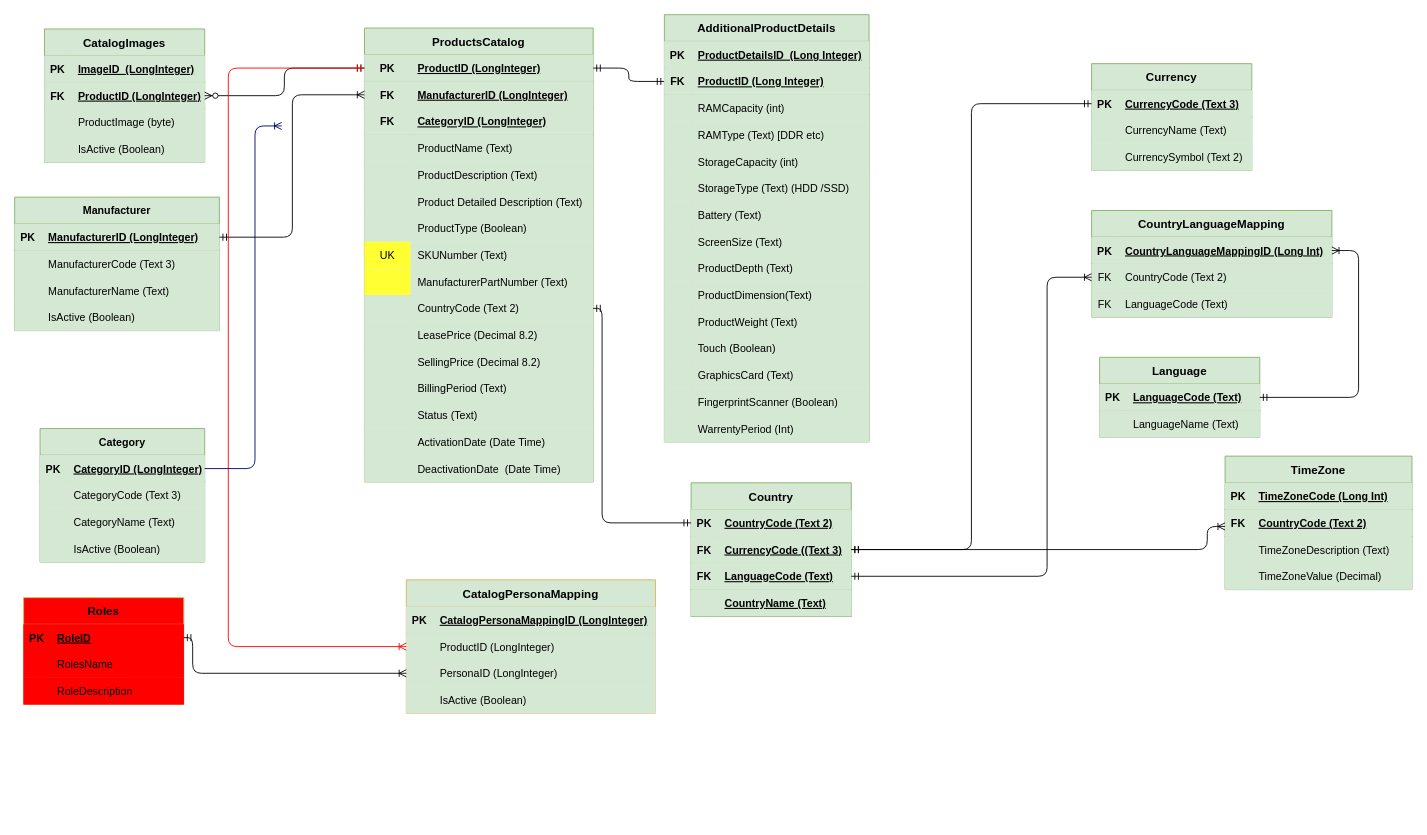
This is page "Discussed Design" (1 of 2) of Drawings/CatalogDesign.drawio from bgunupati/DrawIO, a draw.io file, before an edit. Source tidied: cells renumbered, new cells numbered last; positions are measured from the earlier drawing's top-left corner, leaving out a move shared by most shapes. Both pictures are drawn from the tidied source at 89%, with x=0, y=0 at pixel (14, 14).
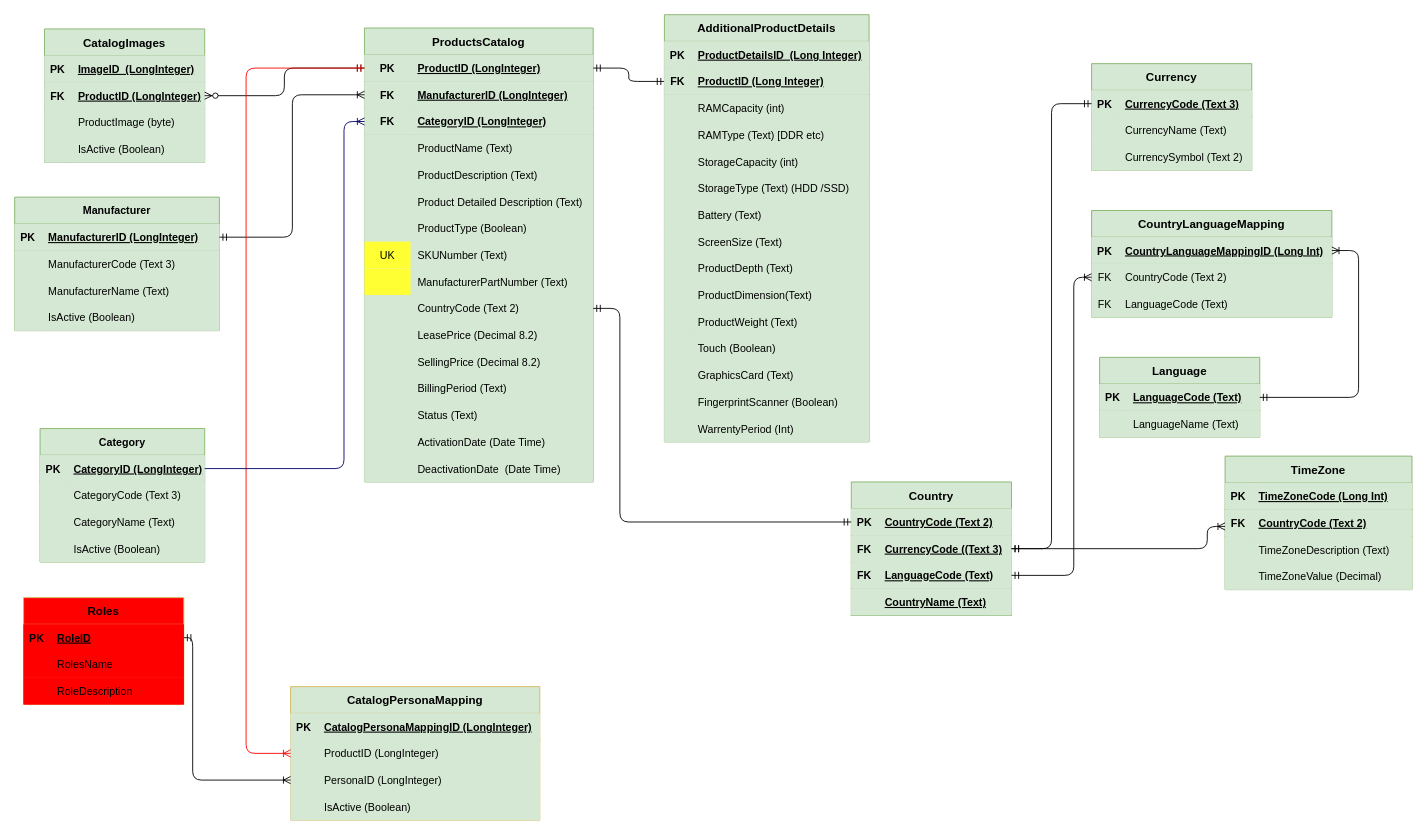
The same page after the edit.

The change refers to these unchanged cells:
```xml
<mxCell id="3" style="shape=partialRectangle;fillColor=#d5e8d4;top=0;left=0;bottom=1;right=0;points=[[0,0.5],[1,0.5]];portConstraint=eastwest;strokeColor=#82b366;" parent="2" vertex="1">
  <mxGeometry y="30" width="257" height="30" as="geometry" />
</mxCell>
<mxCell id="9" style="shape=partialRectangle;fillColor=#d5e8d4;top=0;left=0;bottom=1;right=0;points=[[0,0.5],[1,0.5]];portConstraint=eastwest;strokeColor=#82b366;" parent="2" vertex="1">
  <mxGeometry y="90" width="257" height="30" as="geometry" />
</mxCell>
<mxCell id="30" style="shape=partialRectangle;fillColor=#d5e8d4;top=0;left=0;bottom=0;right=0;points=[[0,0.5],[1,0.5]];portConstraint=eastwest;strokeColor=#82b366;" parent="2" vertex="1">
  <mxGeometry y="300" width="257" height="30" as="geometry" />
</mxCell>
<mxCell id="79" style="shape=partialRectangle;fillColor=#d5e8d4;top=0;left=0;bottom=1;right=0;points=[[0,0.5],[1,0.5]];portConstraint=eastwest;strokeColor=#82b366;" parent="78" vertex="1">
  <mxGeometry y="30" width="180" height="30" as="geometry" />
</mxCell>
<mxCell id="85" style="shape=partialRectangle;fillColor=#d5e8d4;top=0;left=0;bottom=1;right=0;points=[[0,0.5],[1,0.5]];portConstraint=eastwest;strokeColor=#82b366;" parent="78" vertex="1">
  <mxGeometry y="90" width="180" height="30" as="geometry" />
</mxCell>
<mxCell id="125" style="shape=partialRectangle;fillColor=#D5E8D4;top=0;left=0;bottom=0;right=0;points=[[0,0.5],[1,0.5]];portConstraint=eastwest;strokeColor=#d6b656;" parent="121" vertex="1">
  <mxGeometry y="60" width="280" height="30" as="geometry" />
</mxCell>
<mxCell id="141" style="shape=partialRectangle;fillColor=#d5e8d4;top=0;left=0;bottom=0;right=0;points=[[0,0.5],[1,0.5]];portConstraint=eastwest;strokeColor=#82b366;" parent="137" vertex="1">
  <mxGeometry y="60" width="270" height="30" as="geometry" />
</mxCell>
<mxCell id="164" style="shape=partialRectangle;fillColor=#d5e8d4;top=0;left=0;bottom=1;right=0;points=[[0,0.5],[1,0.5]];portConstraint=eastwest;strokeColor=#82b366;" parent="163" vertex="1">
  <mxGeometry y="30" width="185" height="30" as="geometry" />
</mxCell>
```

The edit, as a diff of the source:
```diff
@@
     <mxCell id="78" value="Country" style="shape=table;startSize=30;childLayout=tableLayout;rowLines=0;fontStyle=1;align=center;fillColor=#d5e8d4;strokeColor=#82b366;fontSize=13;" parent="1" vertex="1">
-      <mxGeometry x="760" y="526" width="180" height="150" as="geometry" />
+      <mxGeometry x="940" y="525" width="180" height="150" as="geometry" />
     </mxCell>
@@
     <mxCell id="110" style="edgeStyle=elbowEdgeStyle;fontSize=12;html=1;endArrow=ERmandOne;startArrow=ERmandOne;entryX=0;entryY=0.5;entryDx=0;entryDy=0;fillColor=#d5e8d4;exitX=1;exitY=0.5;exitDx=0;exitDy=0;" parent="1" edge="1" source="30" target="79">
       <mxGeometry relative="1" as="geometry">
         <Array as="points">
+          <mxPoint x="680" y="455" />
           <mxPoint x="660" y="355" />
           <mxPoint x="700" y="485" />
           <mxPoint x="780" y="215" />
         </Array>
       </mxGeometry>
     </mxCell>
@@
     <mxCell id="121" value="CatalogPersonaMapping" style="shape=table;startSize=30;childLayout=tableLayout;rowLines=0;fontStyle=1;align=center;fillColor=#D5E8D4;strokeColor=#d6b656;fontSize=13;" parent="1" vertex="1">
-      <mxGeometry x="440" y="635" width="280" height="150" as="geometry" />
+      <mxGeometry x="310" y="755" width="280" height="150" as="geometry" />
     </mxCell>
@@
     <mxCell id="134" style="edgeStyle=elbowEdgeStyle;fontSize=12;html=1;endArrow=ERoneToMany;startArrow=ERmandOne;fillColor=#fff2cc;strokeColor=#FF0000;entryX=0;entryY=0.5;entryDx=0;entryDy=0;" parent="1" edge="1" source="3" target="125">
       <mxGeometry relative="1" as="geometry">
         <Array as="points">
+          <mxPoint x="260" y="335" />
+          <mxPoint x="250" y="335" />
           <mxPoint x="240" y="555" />
           <mxPoint x="560" y="785" />
         </Array>
       </mxGeometry>
     </mxCell>
@@
     <mxCell id="147" style="edgeStyle=elbowEdgeStyle;fontSize=12;html=1;endArrow=ERoneToMany;startArrow=ERmandOne;strokeColor=#000000;entryX=0;entryY=0.5;entryDx=0;entryDy=0;exitX=1;exitY=0.5;exitDx=0;exitDy=0;" parent="1" edge="1" source="85" target="141">
       <mxGeometry relative="1" as="geometry">
         <Array as="points">
+          <mxPoint x="1190" y="485" />
           <mxPoint x="1160" y="495" />
         </Array>
       </mxGeometry>
     </mxCell>
@@
-    <mxCell id="176" style="edgeStyle=elbowEdgeStyle;fontSize=12;html=1;endArrow=ERoneToMany;strokeColor=#000066;exitX=1;exitY=0.5;exitDx=0;exitDy=0;" parent="1" edge="1" source="164">
+    <mxCell id="176" style="edgeStyle=elbowEdgeStyle;fontSize=12;html=1;endArrow=ERoneToMany;strokeColor=#000066;exitX=1;exitY=0.5;exitDx=0;exitDy=0;entryX=0;entryY=0.5;entryDx=0;entryDy=0;" parent="1" edge="1" source="164" target="9">
       <mxGeometry relative="1" as="geometry">
-        <mxPoint x="300" y="125" as="targetPoint" />
         <Array as="points">
+          <mxPoint x="370" y="135" />
           <mxPoint x="270" y="335" />
         </Array>
       </mxGeometry>
     </mxCell>
```
